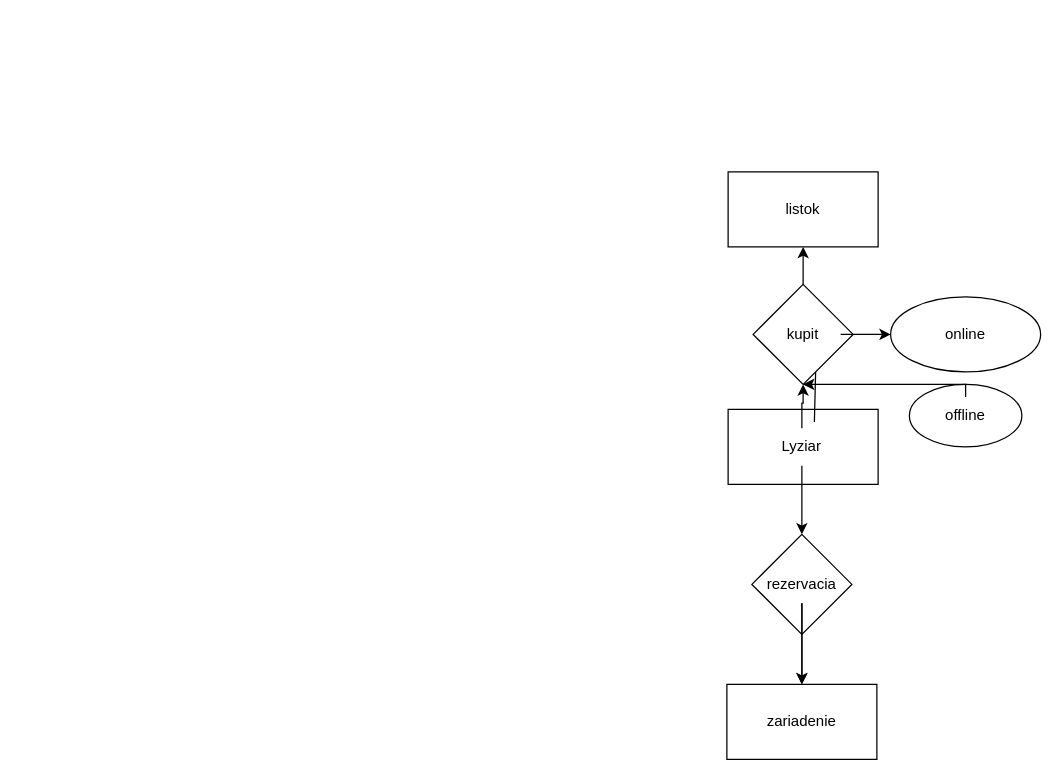
xli1iax/DBS-uni keeps this draw.io diagram as Діаграма без назви.drawio. Above is the earlier version. Source tidied: cells renumbered, new cells numbered last; positions are measured from the earlier drawing's top-left corner, leaving out a move shared by most shapes. Both pictures are drawn from the tidied source at 125%, with x=0, y=0 at pixel (726, 171).
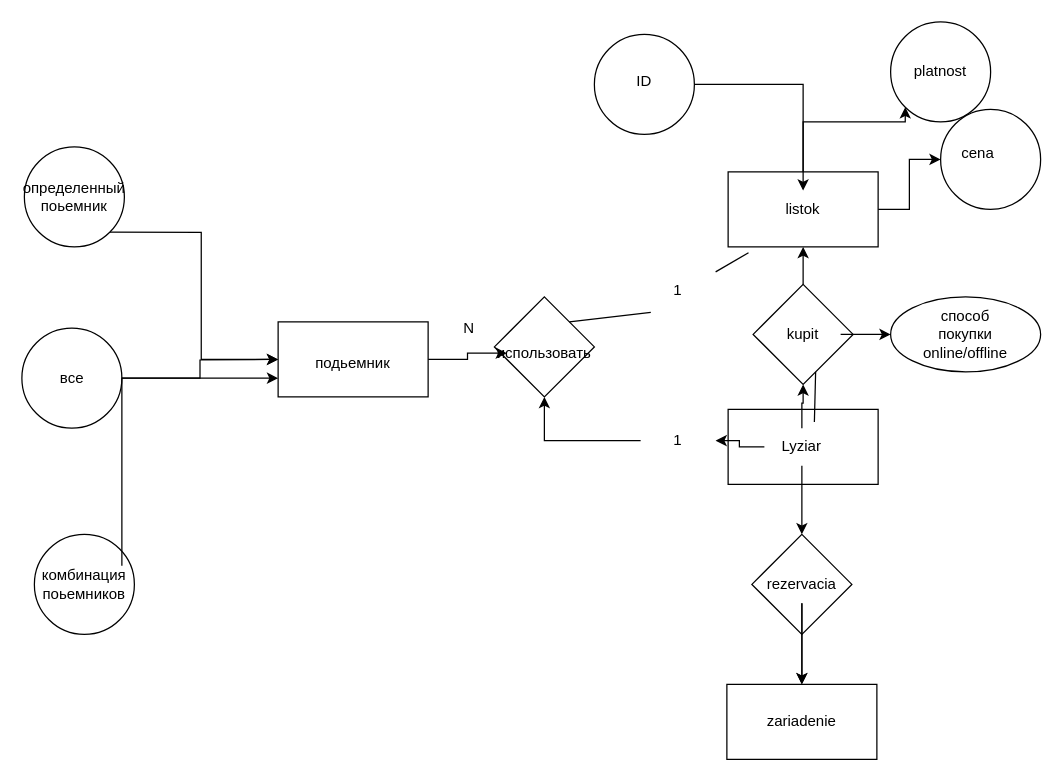
The same diagram, later.

Unchanged cells that the change refers to:
```xml
<mxCell id="5" value="Lyziar" style="text;html=1;align=center;verticalAlign=middle;whiteSpace=wrap;rounded=0;" parent="1" vertex="1">
  <mxGeometry x="30" y="205" width="60" height="30" as="geometry" />
</mxCell>
<mxCell id="6" style="rounded=0;whiteSpace=wrap;html=1;" parent="1" vertex="1">
  <mxGeometry x="1" width="120" height="60" as="geometry" />
</mxCell>
<mxCell id="7" value="listok" style="text;html=1;align=center;verticalAlign=middle;whiteSpace=wrap;rounded=0;" parent="1" vertex="1">
  <mxGeometry x="31" y="15" width="60" height="30" as="geometry" />
</mxCell>
<mxCell id="8" style="rhombus;whiteSpace=wrap;html=1;" parent="1" vertex="1">
  <mxGeometry x="21" y="90" width="80" height="80" as="geometry" />
</mxCell>
```

The edit, as a diff of the source:
```diff
@@
+    <mxCell id="24" style="edgeStyle=orthogonalEdgeStyle;rounded=0;jettySize=auto;html=1;" parent="1" edge="1" source="53" target="43">
+      <mxGeometry relative="1" as="geometry" />
+    </mxCell>
@@
+    <mxCell id="25" style="edgeStyle=orthogonalEdgeStyle;rounded=0;jettySize=auto;html=1;entryX=0;entryY=1;entryDx=0;entryDy=0;" parent="1" edge="1" source="6" target="36">
+      <mxGeometry relative="1" as="geometry">
+        <Array as="points">
+          <mxPoint x="61" y="-40" />
+          <mxPoint x="143" y="-40" />
+        </Array>
+      </mxGeometry>
+    </mxCell>
+    <mxCell id="26" style="edgeStyle=orthogonalEdgeStyle;rounded=0;jettySize=auto;html=1;" parent="1" edge="1" source="6" target="38">
+      <mxGeometry relative="1" as="geometry" />
+    </mxCell>
@@
-    <mxCell id="20" value="online" style="text;html=1;align=center;verticalAlign=middle;whiteSpace=wrap;rounded=0;" parent="1" vertex="1">
+    <mxCell id="20" value="способ покупки online/offline" style="text;html=1;align=center;verticalAlign=middle;whiteSpace=wrap;rounded=0;" parent="1" vertex="1">
       <mxGeometry x="161" y="115" width="60" height="30" as="geometry" />
     </mxCell>
-    <mxCell id="21" style="ellipse;whiteSpace=wrap;html=1;" parent="1" vertex="1">
-      <mxGeometry x="146" y="170" width="90" height="50" as="geometry" />
-    </mxCell>
-    <mxCell id="22" style="edgeStyle=orthogonalEdgeStyle;rounded=0;jettySize=auto;html=1;" parent="1" edge="1" source="23" target="8">
-      <mxGeometry relative="1" as="geometry">
-        <Array as="points">
-          <mxPoint x="191" y="170" />
-        </Array>
-      </mxGeometry>
-    </mxCell>
-    <mxCell id="23" value="offline" style="text;html=1;align=center;verticalAlign=middle;whiteSpace=wrap;rounded=0;" parent="1" vertex="1">
-      <mxGeometry x="161" y="180" width="60" height="30" as="geometry" />
-    </mxCell>
+    <mxCell id="27" style="edgeStyle=orthogonalEdgeStyle;rounded=0;jettySize=auto;html=1;exitX=1;exitY=0.5;exitDx=0;exitDy=0;" parent="1" edge="1" source="28">
+      <mxGeometry relative="1" as="geometry">
+        <mxPoint x="-359" y="150" as="targetPoint" />
+      </mxGeometry>
+    </mxCell>
+    <mxCell id="28" style="ellipse;whiteSpace=wrap;html=1;" parent="1" vertex="1">
+      <mxGeometry x="-564" y="125" width="80" height="80" as="geometry" />
+    </mxCell>
+    <mxCell id="29" style="ellipse;whiteSpace=wrap;html=1;" parent="1" vertex="1">
+      <mxGeometry x="-554" y="290" width="80" height="80" as="geometry" />
+    </mxCell>
+    <mxCell id="30" style="edgeStyle=orthogonalEdgeStyle;rounded=0;jettySize=auto;html=1;exitX=1;exitY=0;exitDx=0;exitDy=0;entryX=0;entryY=0.75;entryDx=0;entryDy=0;" parent="1" edge="1" source="31" target="49">
+      <mxGeometry relative="1" as="geometry" />
+    </mxCell>
+    <mxCell id="31" value="комбинация поьемников" style="text;html=1;align=center;verticalAlign=middle;whiteSpace=wrap;rounded=0;" parent="1" vertex="1">
+      <mxGeometry x="-544" y="315" width="60" height="30" as="geometry" />
+    </mxCell>
+    <mxCell id="32" value="все&amp;nbsp;" style="text;html=1;align=center;verticalAlign=middle;whiteSpace=wrap;rounded=0;" parent="1" vertex="1">
+      <mxGeometry x="-552" y="150" width="60" height="30" as="geometry" />
+    </mxCell>
+    <mxCell id="33" style="edgeStyle=orthogonalEdgeStyle;rounded=0;jettySize=auto;html=1;exitX=1;exitY=1;exitDx=0;exitDy=0;entryX=0;entryY=0.5;entryDx=0;entryDy=0;" parent="1" edge="1" source="34" target="49">
+      <mxGeometry relative="1" as="geometry" />
+    </mxCell>
+    <mxCell id="34" style="ellipse;whiteSpace=wrap;html=1;" parent="1" vertex="1">
+      <mxGeometry x="-562" y="-20" width="80" height="80" as="geometry" />
+    </mxCell>
+    <mxCell id="35" value="определенный поьемник" style="text;html=1;align=center;verticalAlign=middle;whiteSpace=wrap;rounded=0;" parent="1" vertex="1">
+      <mxGeometry x="-552" y="5" width="60" height="30" as="geometry" />
+    </mxCell>
+    <mxCell id="36" style="ellipse;whiteSpace=wrap;html=1;" parent="1" vertex="1">
+      <mxGeometry x="131" y="-120" width="80" height="80" as="geometry" />
+    </mxCell>
+    <mxCell id="37" value="platnost" style="text;html=1;align=center;verticalAlign=middle;whiteSpace=wrap;rounded=0;" parent="1" vertex="1">
+      <mxGeometry x="141" y="-95" width="60" height="30" as="geometry" />
+    </mxCell>
+    <mxCell id="38" style="ellipse;whiteSpace=wrap;html=1;" parent="1" vertex="1">
+      <mxGeometry x="171" y="-50" width="80" height="80" as="geometry" />
+    </mxCell>
+    <mxCell id="39" value="cena" style="text;html=1;align=center;verticalAlign=middle;whiteSpace=wrap;rounded=0;" parent="1" vertex="1">
+      <mxGeometry x="171" y="-30" width="60" height="30" as="geometry" />
+    </mxCell>
+    <mxCell id="40" style="edgeStyle=orthogonalEdgeStyle;rounded=0;jettySize=auto;html=1;" parent="1" edge="1" source="41" target="7">
+      <mxGeometry relative="1" as="geometry" />
+    </mxCell>
+    <mxCell id="41" style="ellipse;whiteSpace=wrap;html=1;" parent="1" vertex="1">
+      <mxGeometry x="-106" y="-110" width="80" height="80" as="geometry" />
+    </mxCell>
+    <mxCell id="42" value="ID" style="text;html=1;align=center;verticalAlign=middle;whiteSpace=wrap;rounded=0;" parent="1" vertex="1">
+      <mxGeometry x="-96" y="-90" width="60" height="35" as="geometry" />
+    </mxCell>
+    <mxCell id="43" style="rhombus;whiteSpace=wrap;html=1;" parent="1" vertex="1">
+      <mxGeometry x="-186" y="100" width="80" height="80" as="geometry" />
+    </mxCell>
+    <mxCell id="44" style="endArrow=none;html=1;rounded=0;exitX=1;exitY=0;exitDx=0;exitDy=0;entryX=0.136;entryY=1.078;entryDx=0;entryDy=0;entryPerimeter=0;" parent="1" edge="1" source="47" target="6">
+      <mxGeometry relative="1" as="geometry" />
+    </mxCell>
+    <mxCell id="45" value="использовать" style="text;html=1;align=center;verticalAlign=middle;whiteSpace=wrap;rounded=0;" parent="1" vertex="1">
+      <mxGeometry x="-176" y="130" width="60" height="30" as="geometry" />
+    </mxCell>
+    <mxCell id="46" style="endArrow=none;html=1;rounded=0;exitX=1;exitY=0;exitDx=0;exitDy=0;entryX=0.136;entryY=1.078;entryDx=0;entryDy=0;entryPerimeter=0;" parent="1" edge="1" source="43" target="47">
+      <mxGeometry relative="1" as="geometry" />
+    </mxCell>
+    <mxCell id="47" value="1" style="text;html=1;align=center;verticalAlign=middle;whiteSpace=wrap;rounded=0;" parent="1" vertex="1">
+      <mxGeometry x="-69" y="80" width="60" height="30" as="geometry" />
+    </mxCell>
+    <mxCell id="48" style="edgeStyle=orthogonalEdgeStyle;rounded=0;jettySize=auto;html=1;" parent="1" edge="1" source="49" target="45">
+      <mxGeometry relative="1" as="geometry" />
+    </mxCell>
+    <mxCell id="49" style="rounded=0;whiteSpace=wrap;html=1;" parent="1" vertex="1">
+      <mxGeometry x="-359" y="120" width="120" height="60" as="geometry" />
+    </mxCell>
+    <mxCell id="50" value="N" style="text;html=1;align=center;verticalAlign=middle;whiteSpace=wrap;rounded=0;" parent="1" vertex="1">
+      <mxGeometry x="-236" y="110" width="60" height="30" as="geometry" />
+    </mxCell>
+    <mxCell id="51" value="подьемник" style="text;html=1;align=center;verticalAlign=middle;whiteSpace=wrap;rounded=0;" parent="1" vertex="1">
+      <mxGeometry x="-329" y="130" width="60" height="45" as="geometry" />
+    </mxCell>
+    <mxCell id="52" style="edgeStyle=orthogonalEdgeStyle;rounded=0;jettySize=auto;html=1;" parent="1" edge="1" source="5" target="53">
+      <mxGeometry relative="1" as="geometry" />
+    </mxCell>
+    <mxCell id="53" value="1" style="text;html=1;align=center;verticalAlign=middle;whiteSpace=wrap;rounded=0;" parent="1" vertex="1">
+      <mxGeometry x="-69" y="200" width="60" height="30" as="geometry" />
+    </mxCell>
```
